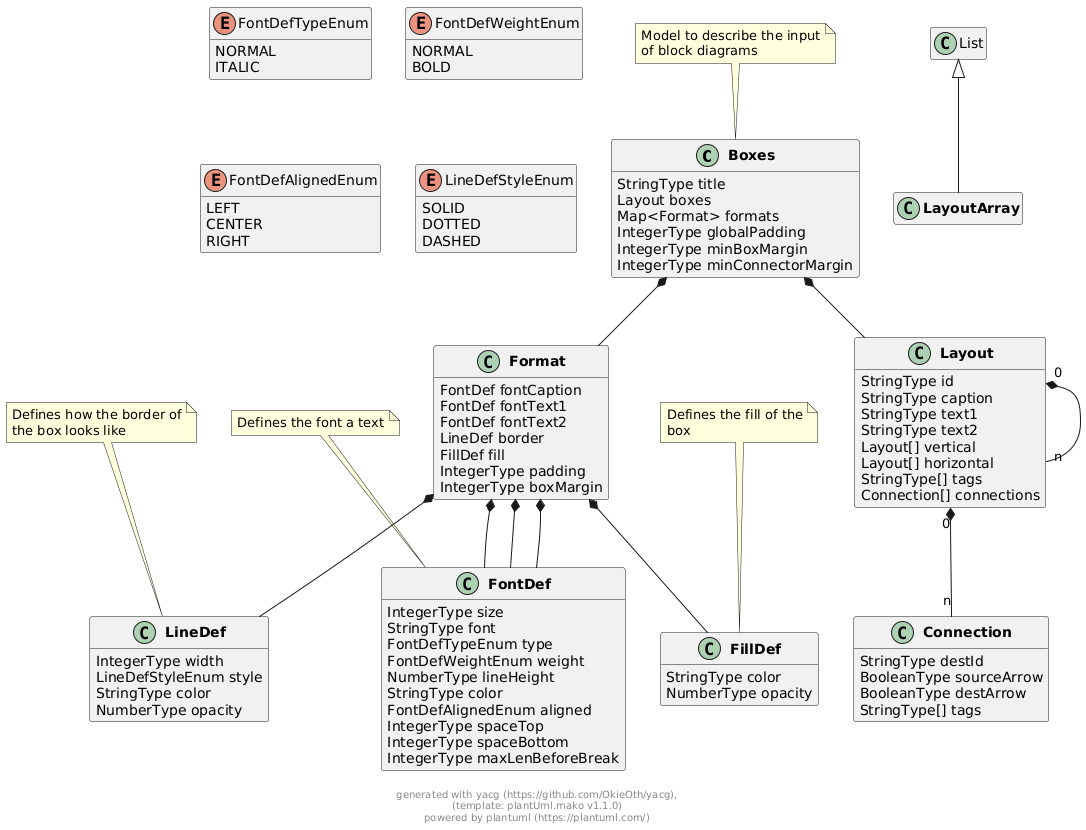
Above: docs/models/png/boxes.png in OkieOth/draw.chart.things (PlantUML), before the change.
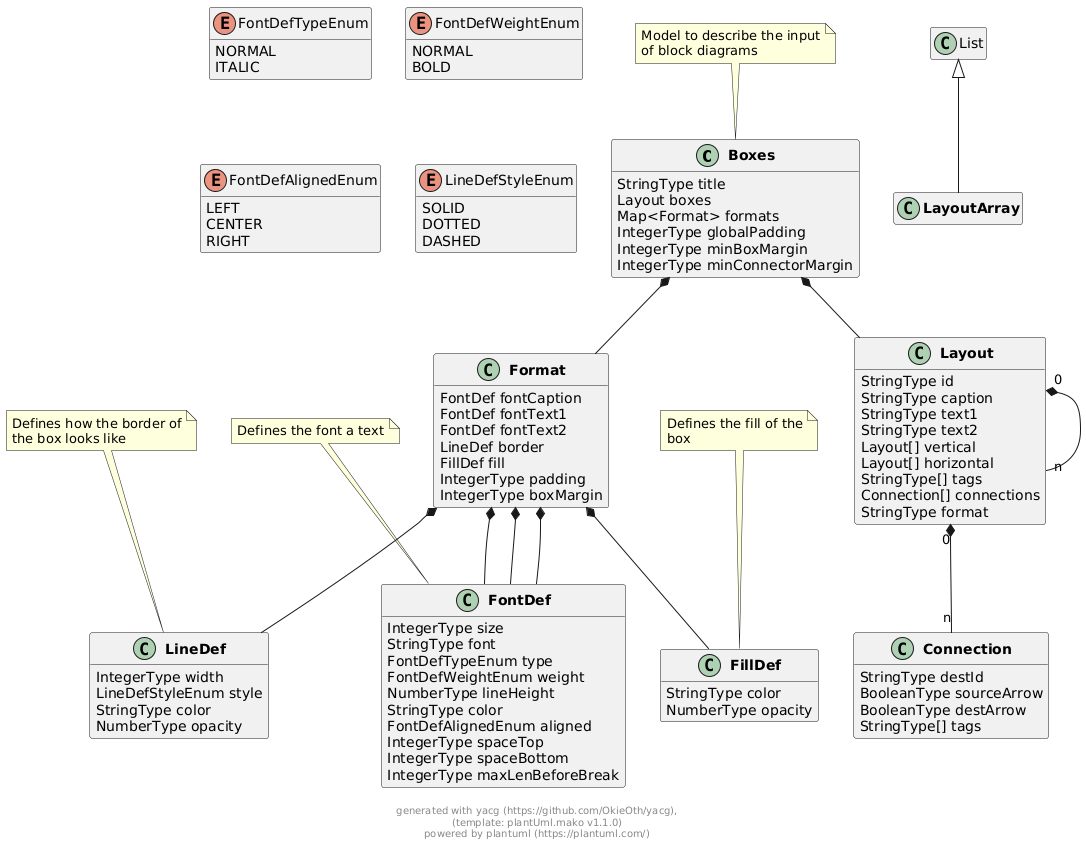
After the change.

Change to the diagram source:
```diff
@@ -24,6 +24,7 @@
         Layout[] horizontal
         StringType[] tags
         Connection[] connections
+        StringType format
 }
 
 
@@ -132,6 +133,7 @@
 
 
 
+
 Format  *--  FontDef
 
 Format  *--  FontDef
```
